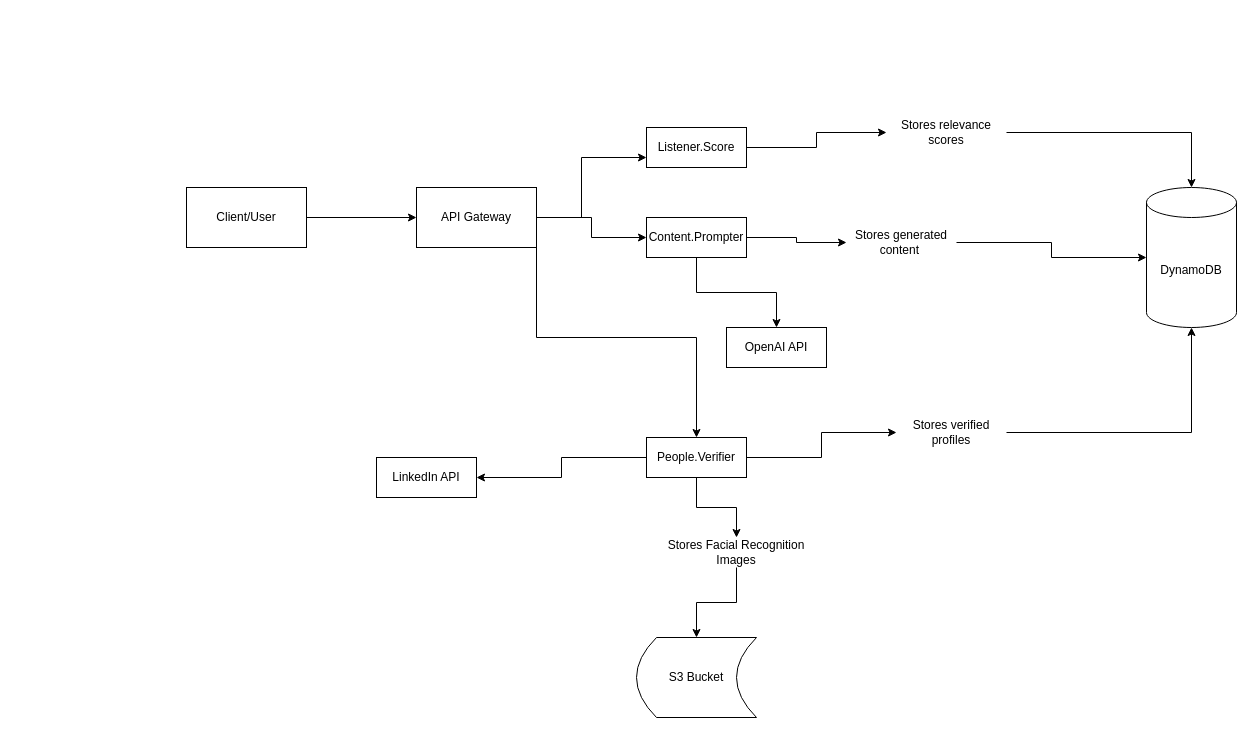
sakshamjoshii/Supervised-Learning keeps this draw.io diagram as Untitled Diagram.drawio. Above is the earlier version. Source tidied: cells renumbered, new cells numbered last; positions are measured from the earlier drawing's top-left corner, leaving out a move shared by most shapes. Both pictures are drawn from the tidied source at 100%, with x=0, y=0 at pixel (186, 117).
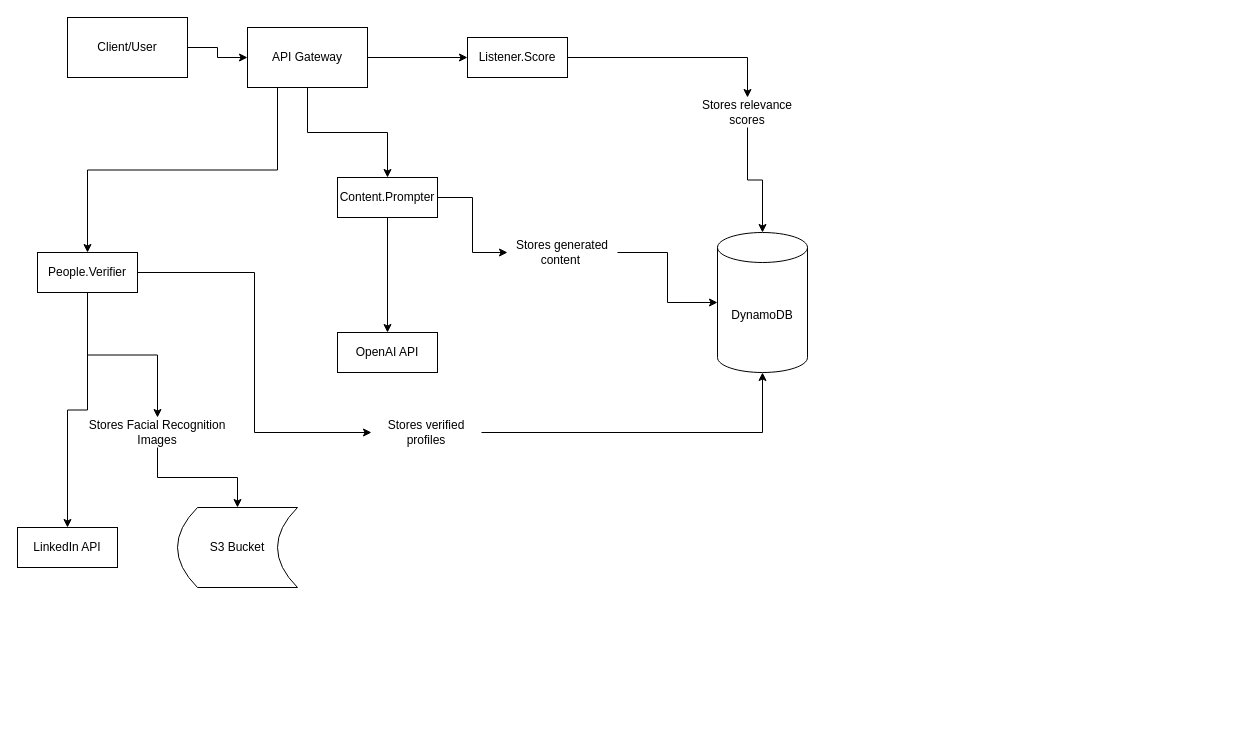
After the change.

Change to the diagram source:
```diff
@@
     <mxCell id="2" value="Client/User" style="rounded=0;whiteSpace=wrap;html=1;" parent="1" vertex="1">
-      <mxGeometry y="70" width="120" height="60" as="geometry" />
+      <mxGeometry x="-119" y="-100" width="120" height="60" as="geometry" />
     </mxCell>
@@
+    <mxCell id="11" style="edgeStyle=orthogonalEdgeStyle;rounded=0;jettySize=auto;html=1;exitX=0.25;exitY=1;exitDx=0;exitDy=0;entryX=0.5;entryY=0;entryDx=0;entryDy=0;" parent="1" edge="1" source="4" target="10">
+      <mxGeometry relative="1" as="geometry" />
+    </mxCell>
     <mxCell id="4" value="API Gateway" style="rounded=0;whiteSpace=wrap;html=1;" parent="1" vertex="1">
-      <mxGeometry x="230" y="70" width="120" height="60" as="geometry" />
+      <mxGeometry x="61" y="-90" width="120" height="60" as="geometry" />
     </mxCell>
@@
     <mxCell id="6" value="Listener.Score" style="rounded=0;whiteSpace=wrap;html=1;" parent="1" vertex="1">
-      <mxGeometry x="460" y="10" width="100" height="40" as="geometry" />
+      <mxGeometry x="281" y="-80" width="100" height="40" as="geometry" />
     </mxCell>
@@
+    <mxCell id="25" style="edgeStyle=orthogonalEdgeStyle;rounded=0;jettySize=auto;html=1;exitX=1;exitY=0.5;exitDx=0;exitDy=0;entryX=0;entryY=0.5;entryDx=0;entryDy=0;" parent="1" edge="1" source="10" target="26">
+      <mxGeometry relative="1" as="geometry" />
+    </mxCell>
     <mxCell id="10" value="People.Verifier" style="rounded=0;whiteSpace=wrap;html=1;" parent="1" vertex="1">
-      <mxGeometry x="460" y="320" width="100" height="40" as="geometry" />
+      <mxGeometry x="-149" y="135" width="100" height="40" as="geometry" />
     </mxCell>
-    <mxCell id="11" style="endArrow=classic;html=1;rounded=0;entryX=0.5;entryY=0;entryDx=0;entryDy=0;exitX=1;exitY=0.5;exitDx=0;exitDy=0;" parent="1" edge="1" source="4" target="10">
-      <mxGeometry relative="1" as="geometry">
-        <Array as="points">
-          <mxPoint x="350" y="220" />
-          <mxPoint x="510" y="220" />
-        </Array>
-      </mxGeometry>
-    </mxCell>
-    <mxCell id="12" style="endArrow=classic;html=1;rounded=0;entryX=0;entryY=0.75;entryDx=0;entryDy=0;" parent="1" edge="1" target="6">
-      <mxGeometry relative="1" as="geometry">
-        <mxPoint x="355" y="100" as="sourcePoint" />
-        <Array as="points">
-          <mxPoint x="395" y="100" />
-          <mxPoint x="395" y="40" />
-        </Array>
-      </mxGeometry>
-    </mxCell>
     <mxCell id="13" value="DynamoDB" style="shape=cylinder3;whiteSpace=wrap;html=1;boundedLbl=1;backgroundOutline=1;size=15;" parent="1" vertex="1">
-      <mxGeometry x="960" y="70" width="90" height="140" as="geometry" />
+      <mxGeometry x="531" y="115" width="90" height="140" as="geometry" />
     </mxCell>
     <mxCell id="14" value="S3 Bucket" style="shape=dataStorage;whiteSpace=wrap;html=1;fixedSize=1;" parent="1" vertex="1">
-      <mxGeometry x="450" y="520" width="120" height="80" as="geometry" />
+      <mxGeometry x="-9" y="390" width="120" height="80" as="geometry" />
     </mxCell>
@@
-    <mxCell id="17" style="edgeStyle=orthogonalEdgeStyle;rounded=0;jettySize=auto;html=1;" parent="1" edge="1" source="18" target="24">
+    <mxCell id="17" style="edgeStyle=orthogonalEdgeStyle;rounded=0;jettySize=auto;html=1;entryX=0;entryY=0.5;entryDx=0;entryDy=0;" parent="1" edge="1" source="18" target="24">
       <mxGeometry relative="1" as="geometry" />
     </mxCell>
     <mxCell id="18" value="Content.Prompter" style="rounded=0;whiteSpace=wrap;html=1;" parent="1" vertex="1">
-      <mxGeometry x="460" y="100" width="100" height="40" as="geometry" />
+      <mxGeometry x="151" y="60" width="100" height="40" as="geometry" />
     </mxCell>
-    <mxCell id="19" value="OpenAI API" style="rounded=0;whiteSpace=wrap;html=1;" parent="1" vertex="1">
-      <mxGeometry x="540" y="210" width="100" height="40" as="geometry" />
-    </mxCell>
     <mxCell id="20" value="LinkedIn API" style="rounded=0;whiteSpace=wrap;html=1;" parent="1" vertex="1">
-      <mxGeometry x="190" y="340" width="100" height="40" as="geometry" />
+      <mxGeometry x="-169" y="410" width="100" height="40" as="geometry" />
     </mxCell>
@@
     <mxCell id="22" value="Stores relevance scores" style="text;strokeColor=none;align=center;fillColor=none;html=1;verticalAlign=middle;whiteSpace=wrap;rounded=0;" parent="1" vertex="1">
-      <mxGeometry x="700" width="120" height="30" as="geometry" />
+      <mxGeometry x="501" y="-20" width="120" height="30" as="geometry" />
     </mxCell>
@@
     <mxCell id="24" value="Stores generated content&amp;nbsp;" style="text;strokeColor=none;align=center;fillColor=none;html=1;verticalAlign=middle;whiteSpace=wrap;rounded=0;" parent="1" vertex="1">
-      <mxGeometry x="660" y="110" width="110" height="30" as="geometry" />
+      <mxGeometry x="321" y="120" width="110" height="30" as="geometry" />
     </mxCell>
-    <mxCell id="25" style="edgeStyle=orthogonalEdgeStyle;rounded=0;jettySize=auto;html=1;" parent="1" edge="1" source="10" target="26">
-      <mxGeometry relative="1" as="geometry" />
-    </mxCell>
     <mxCell id="26" value="Stores verified profiles" style="text;strokeColor=none;align=center;fillColor=none;html=1;verticalAlign=middle;whiteSpace=wrap;rounded=0;" parent="1" vertex="1">
-      <mxGeometry x="710" y="300" width="110" height="30" as="geometry" />
+      <mxGeometry x="185" y="300" width="110" height="30" as="geometry" />
     </mxCell>
@@
     <mxCell id="28" value="Stores Facial Recognition Images" style="text;strokeColor=none;align=center;fillColor=none;html=1;verticalAlign=middle;whiteSpace=wrap;rounded=0;" parent="1" vertex="1">
-      <mxGeometry x="480" y="420" width="140" height="30" as="geometry" />
+      <mxGeometry x="-99" y="300" width="140" height="30" as="geometry" />
     </mxCell>
+    <mxCell id="29" style="endArrow=classic;html=1;rounded=0;entryX=0;entryY=0.5;entryDx=0;entryDy=0;exitX=1;exitY=0.5;exitDx=0;exitDy=0;" parent="1" edge="1" source="4" target="6">
+      <mxGeometry relative="1" as="geometry" />
+    </mxCell>
+    <mxCell id="19" value="OpenAI API" style="rounded=0;whiteSpace=wrap;html=1;" parent="1" vertex="1">
+      <mxGeometry x="151" y="215" width="100" height="40" as="geometry" />
+    </mxCell>
```
